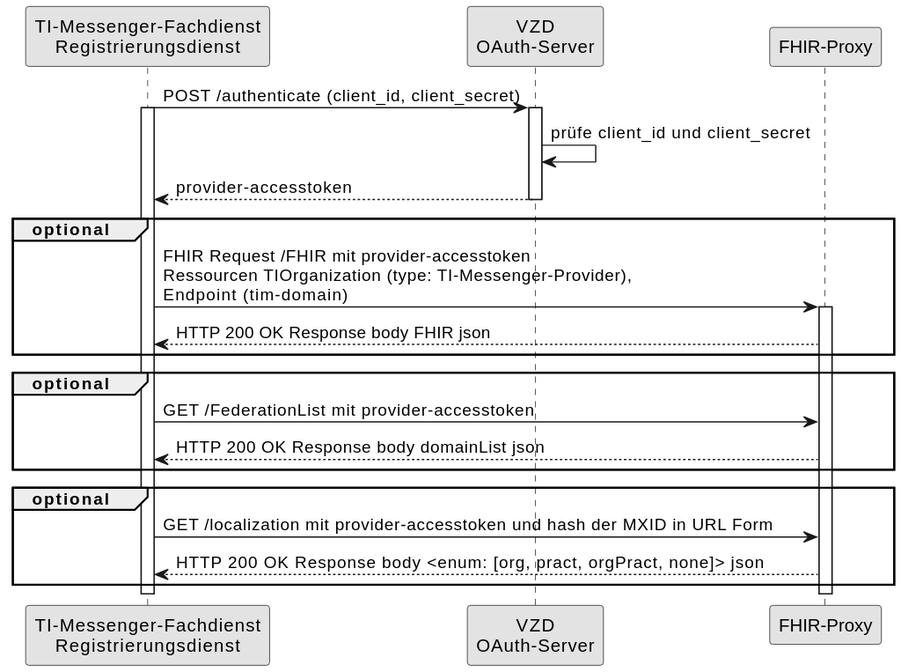
The PlantUML diagram images/diagrams/SequenceDiagram.FHIR-Directory.tim_provider_services.svg in gematik/api-vzd, before a commit.
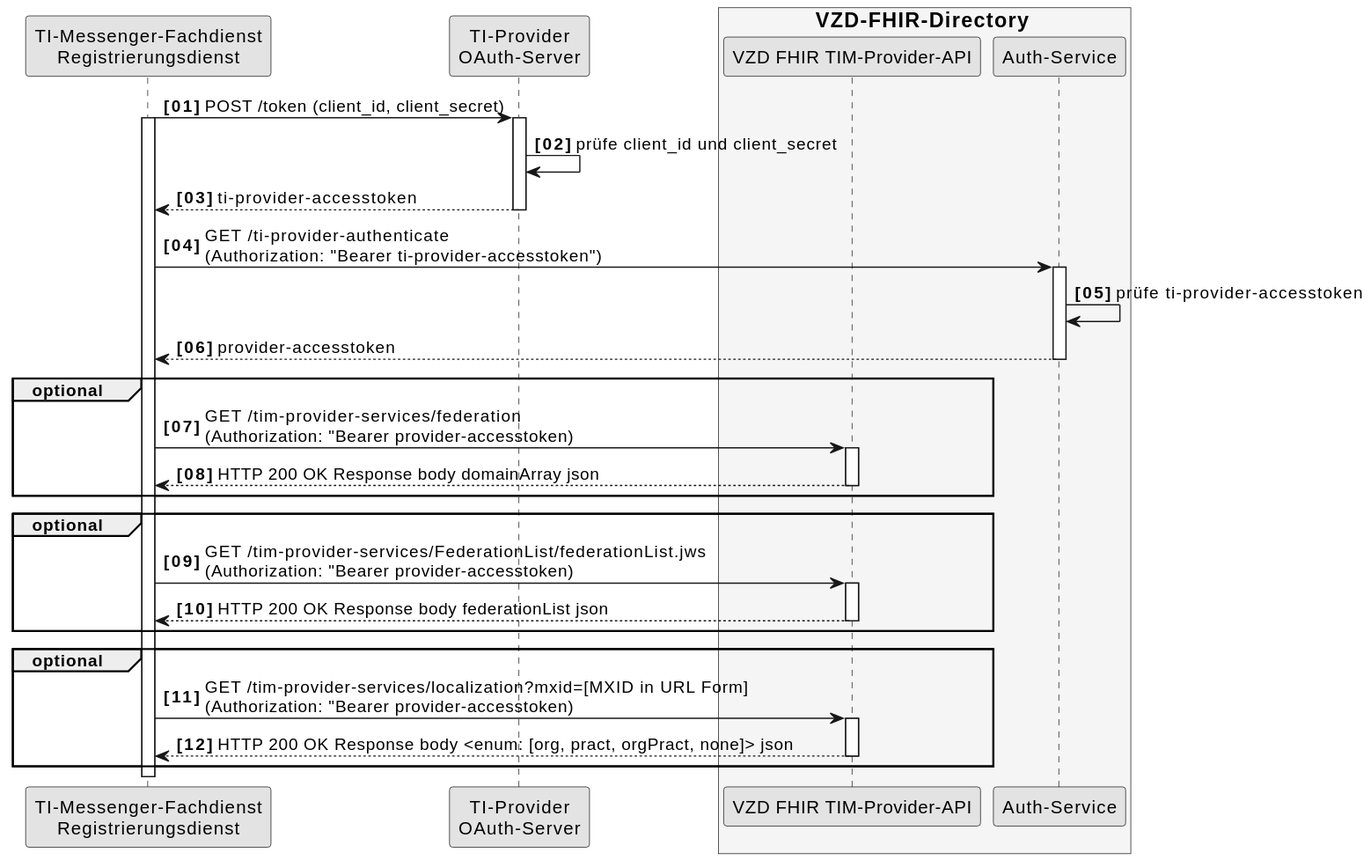
After the change.

Change to the diagram source:
```diff
@@ -1,32 +1,46 @@
-@startuml I_VZD_TIM_Provider_Services
+@startuml SequenceDiagram.FHIR-Directory.tim_provider_services
 skinparam dpi 100
 skinparam WrapWidth 200
 skinparam monochrome true
+autonumber "<b>[00]"
 
 participant rd as "TI-Messenger-Fachdienst\nRegistrierungsdienst"
-participant oa as "VZD\nOAuth-Server"
-participant fp as "FHIR-Proxy"
+participant oa as "TI-Provider\nOAuth-Server"
+box <size:16>VZD-FHIR-Directory</size> #WhiteSmoke
+participant fp as "VZD FHIR TIM-Provider-API"
+participant fa as "Auth-Service"
+end box
 
-rd -> oa: POST /authenticate (client_id, client_secret)
+rd -> oa: POST /token (client_id, client_secret)
 activate rd
 activate oa
 oa -> oa: prüfe client_id und client_secret
-oa --> rd: provider-accesstoken
+oa --> rd: ti-provider-accesstoken
 deactivate oa
+
+rd -> fa: GET /ti-provider-authenticate\n(Authorization: "Bearer ti-provider-accesstoken")
+activate fa
+fa -> fa: prüfe ti-provider-accesstoken
+fa --> rd: provider-accesstoken
+deactivate fa
+
 group optional
-rd -> fp: FHIR Request /FHIR mit provider-accesstoken\nRessourcen TIOrganization (type: TI-Messenger-Provider),\nEndpoint (tim-domain)
+rd -> fp: GET /tim-provider-services/federation\n(Authorization: "Bearer provider-accesstoken)
 activate fp
-fp --> rd: HTTP 200 OK Response body FHIR json
+fp --> rd: HTTP 200 OK Response body domainArray json
+deactivate fp
 end
 group optional
-rd -> fp: GET /FederationList mit provider-accesstoken
-fp --> rd: HTTP 200 OK Response body domainList json
+rd -> fp: GET /tim-provider-services/FederationList/federationList.jws\n(Authorization: "Bearer provider-accesstoken)
+activate fp
+fp --> rd: HTTP 200 OK Response body federationList json
+deactivate fp
 end
 group optional
-rd -> fp: GET /localization mit provider-accesstoken und hash der MXID in URL Form
+rd -> fp: GET /tim-provider-services/localization?mxid=[MXID in URL Form]\n(Authorization: "Bearer provider-accesstoken)
+activate fp
 fp --> rd: HTTP 200 OK Response body <enum: [org, pract, orgPract, none]> json
+deactivate fp
 end
 
-deactivate fp
-deactivate rd
 @enduml
```
